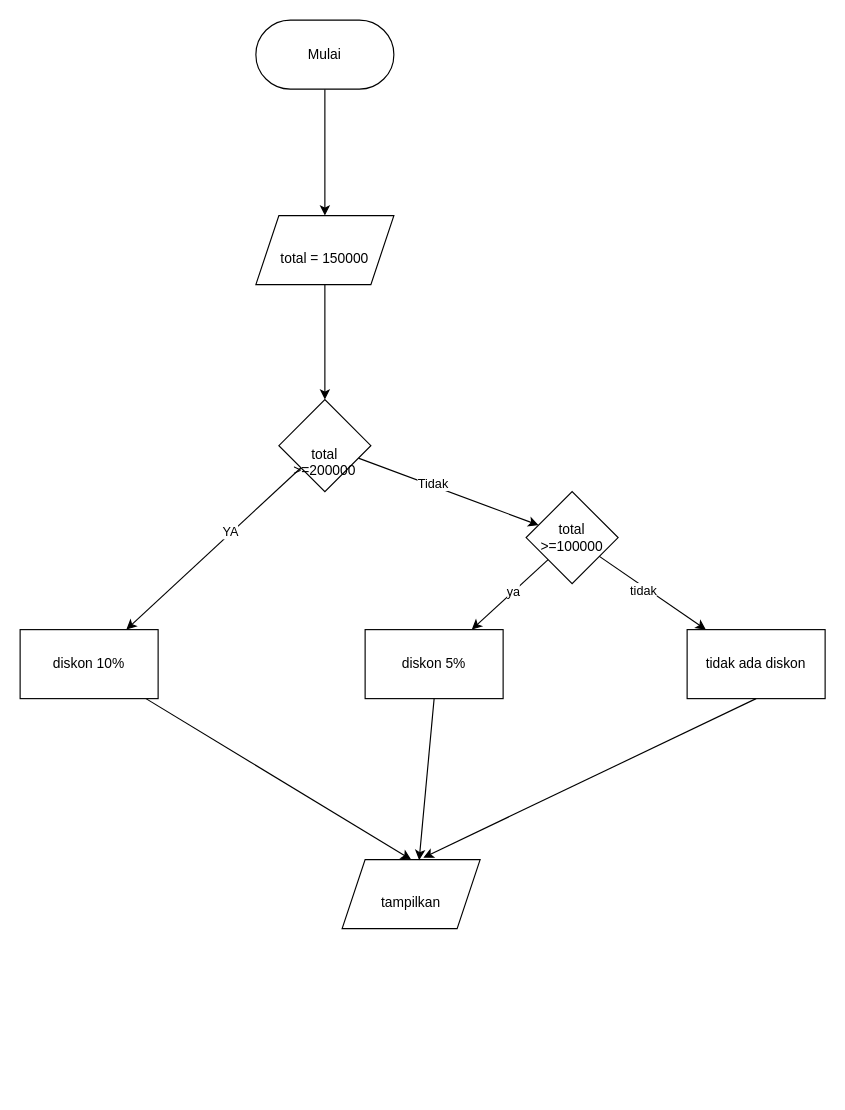
This is draw/percabangan.dio from Zaiem404/kopi-nusantara-zaiem, a draw.io file, before an edit. Source tidied: cells renumbered, new cells numbered last; positions are measured from the earlier drawing's top-left corner, leaving out a move shared by most shapes. Both pictures are drawn from the tidied source at 115%, with x=0, y=0 at pixel (20, 20).
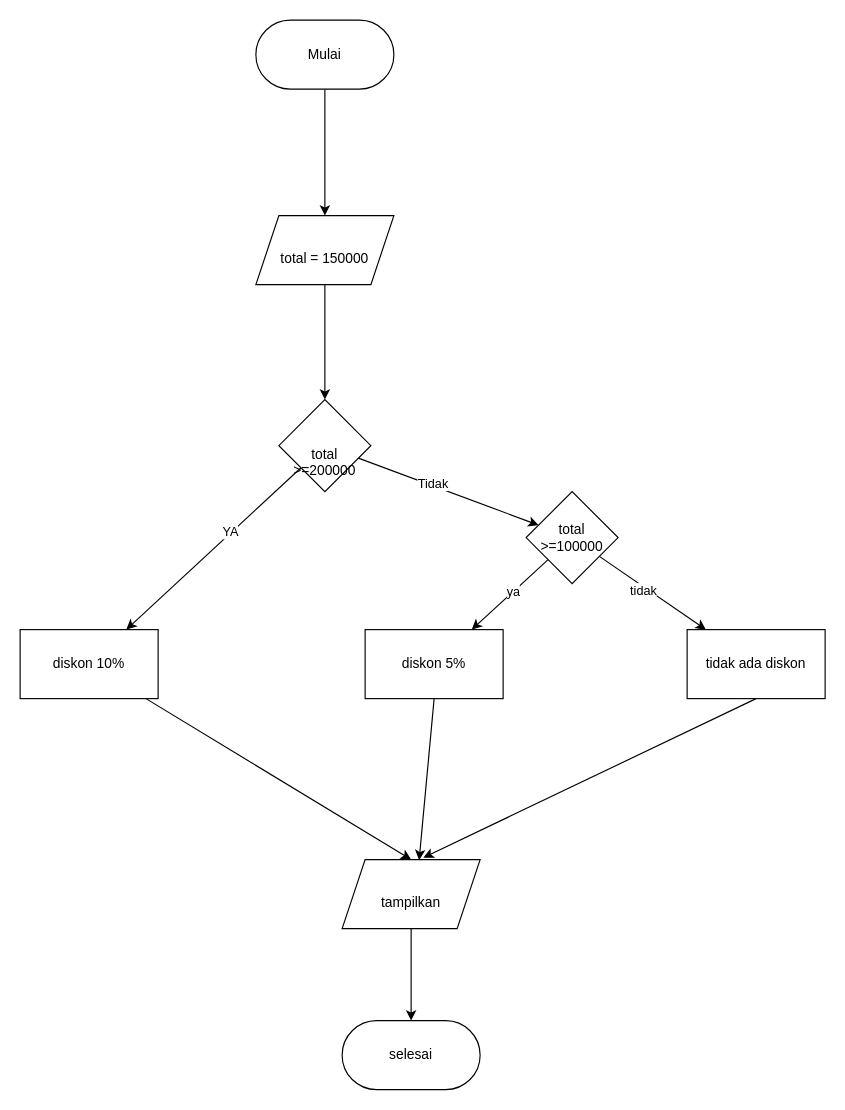
After the change.

Commit message (it also covers changes not shown here):
menambahkan percabangan draw.io

The change refers to these unchanged cells:
```xml
<mxCell id="20" value="&lt;div&gt;&lt;br&gt;&lt;/div&gt;&lt;div&gt;tampilkan&lt;/div&gt;" style="shape=parallelogram;perimeter=parallelogramPerimeter;whiteSpace=wrap;html=1;shapeInside=1;fixedSize=1;rounded=1;arcSize=0;" parent="1" vertex="1">
  <mxGeometry x="280" y="730" width="120" height="60" as="geometry" />
</mxCell>
```

What changed in the source:
```diff
@@
+    <mxCell id="23" style="edgeStyle=none;html=1;exitX=0.5;exitY=1;exitDx=0;exitDy=0;entryX=0.5;entryY=0;entryDx=0;entryDy=0;" parent="1" edge="1" source="20" target="24">
+      <mxGeometry relative="1" as="geometry" />
+    </mxCell>
@@
+    <mxCell id="24" value="selesai" style="rounded=1;whiteSpace=wrap;html=1;roundedPerimeter=1;arcSize=50;" parent="1" vertex="1">
+      <mxGeometry x="280" y="870" width="120" height="60" as="geometry" />
+    </mxCell>
```
